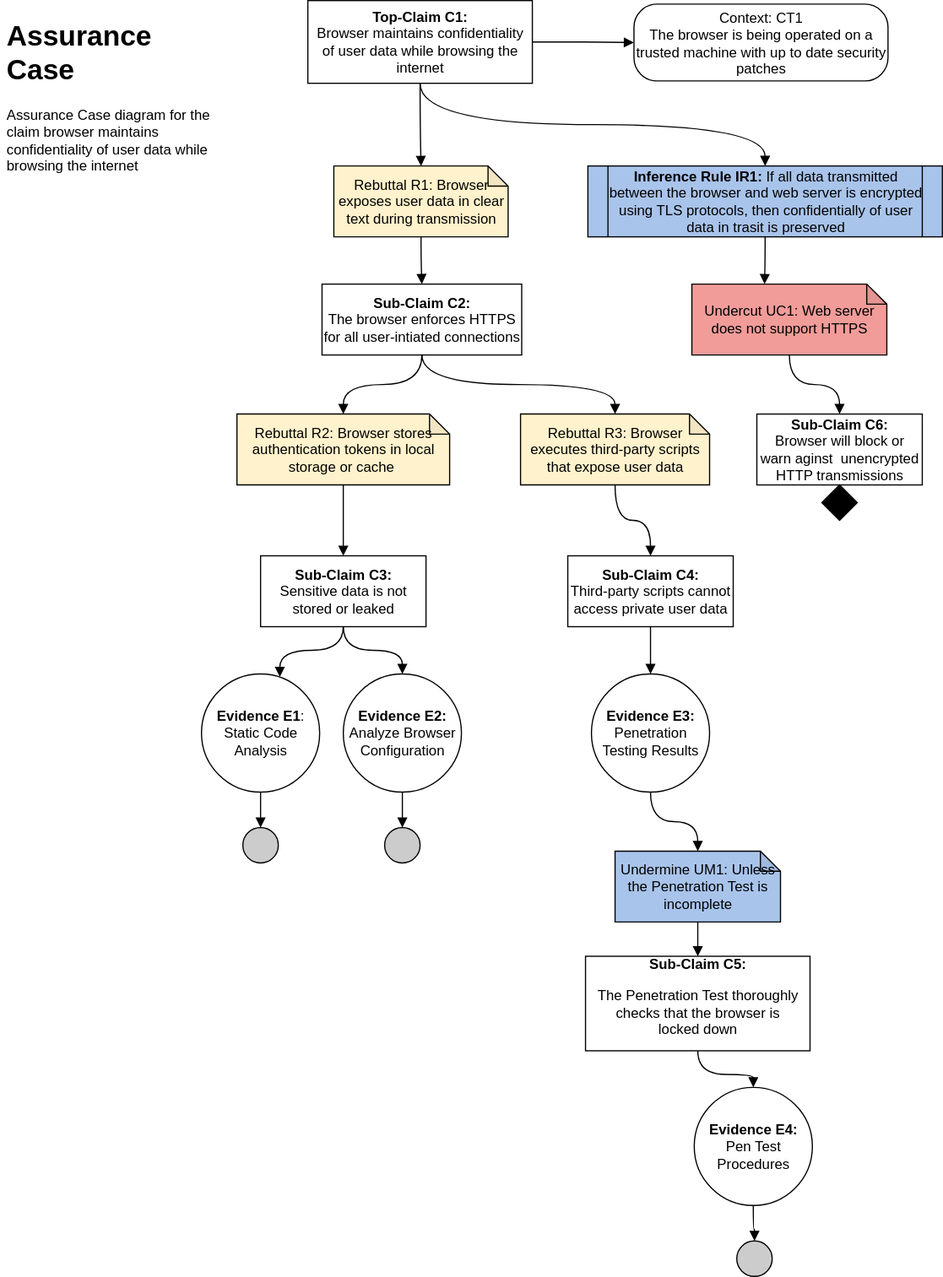
Above: docs/Navigate_URL_Assurance_Case.svg in chauler/CYBR8420-Team5-Project (draw.io), before the change. Source tidied: cells renumbered, new cells last; positions are measured from the earlier drawing's top-left corner, leaving out a move shared by most shapes.
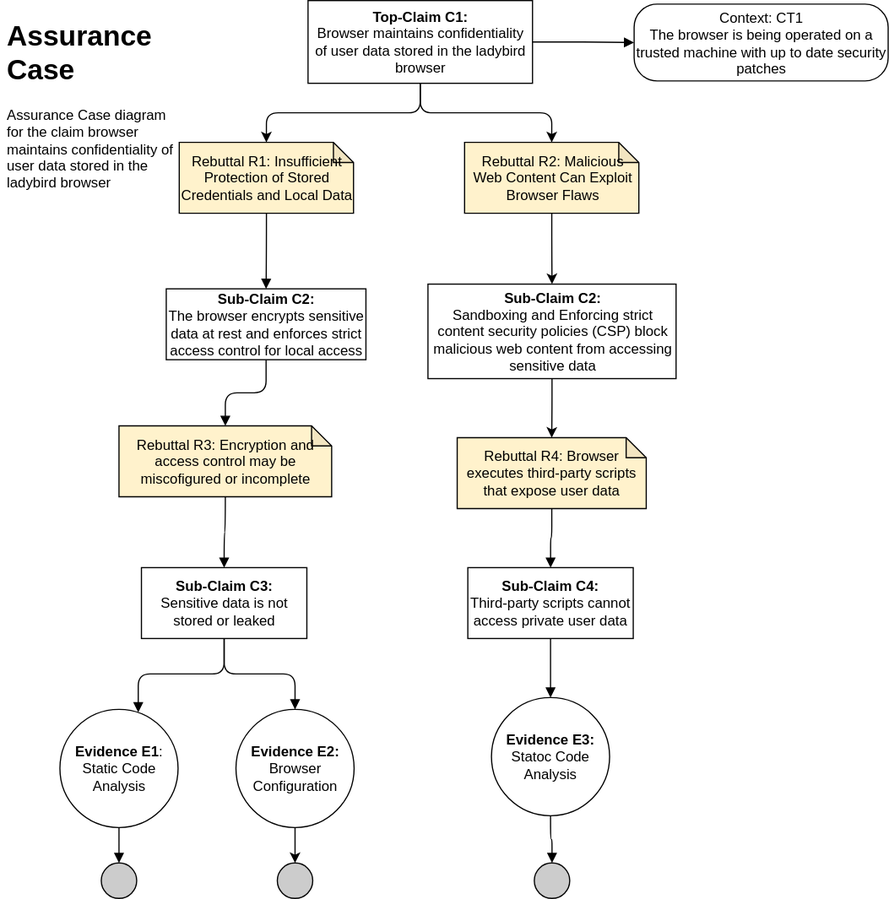
The same file after the commit.

Commit message:
updates to Navigate assurance case

Diff of the diagram source:
```diff
@@ -2,19 +2,13 @@
   <root>
     <mxCell id="0" />
     <mxCell id="1" parent="0" />
-    <mxCell id="2" value="&lt;h1&gt;Assurance Case&lt;/h1&gt;&lt;p&gt;Assurance Case diagram for the claim browser maintains confidentiality of user data while browsing the internet&lt;/p&gt;" style="text;html=1;strokeColor=none;fillColor=none;spacing=5;spacingTop=-20;whiteSpace=wrap;overflow=hidden;rounded=0;" parent="1" vertex="1">
-      <mxGeometry y="10" width="190" height="150" as="geometry" />
+    <mxCell id="2" value="&lt;h1&gt;Assurance Case&lt;/h1&gt;&lt;p&gt;Assurance Case diagram for the claim browser maintains confidentiality of user data stored in the ladybird browser&lt;/p&gt;" style="text;html=1;strokeColor=none;fillColor=none;spacing=5;spacingTop=-20;whiteSpace=wrap;overflow=hidden;rounded=0;" parent="1" vertex="1">
+      <mxGeometry y="10" width="160" height="230" as="geometry" />
     </mxCell>
     <mxCell id="3" style="edgeStyle=orthogonalEdgeStyle;rounded=0;jettySize=auto;html=1;exitX=1;exitY=0.5;exitDx=0;exitDy=0;entryX=0;entryY=0.5;entryDx=0;entryDy=0;endArrow=block;endFill=1;" parent="1" edge="1" source="6" target="7">
       <mxGeometry relative="1" as="geometry" />
     </mxCell>
-    <mxCell id="4" style="edgeStyle=orthogonalEdgeStyle;rounded=0;jettySize=auto;html=1;endArrow=block;endFill=1;curved=1;" parent="1" edge="1" source="6" target="9">
-      <mxGeometry relative="1" as="geometry" />
-    </mxCell>
-    <mxCell id="5" style="edgeStyle=orthogonalEdgeStyle;curved=1;rounded=0;jettySize=auto;html=1;exitX=0.5;exitY=1;exitDx=0;exitDy=0;endArrow=block;endFill=1;" parent="1" edge="1" source="6" target="38">
-      <mxGeometry relative="1" as="geometry" />
-    </mxCell>
-    <mxCell id="6" value="&lt;b&gt;Top-Claim C1:&lt;br&gt;&lt;/b&gt;Browser maintains confidentiality of user data while browsing the internet" style="rounded=0;whiteSpace=wrap;html=1;" parent="1" vertex="1">
+    <mxCell id="6" value="&lt;b&gt;Top-Claim C1:&lt;br&gt;&lt;/b&gt;&lt;span&gt;Browser maintains confidentiality of user data stored in the ladybird browser&lt;/span&gt;" style="rounded=0;whiteSpace=wrap;html=1;" parent="1" vertex="1">
       <mxGeometry x="260" width="190" height="70" as="geometry" />
     </mxCell>
     <mxCell id="7" value="Context: CT1&lt;br&gt;The browser is being operated on a trusted machine with up to date security patches" style="rounded=1;whiteSpace=wrap;html=1;arcSize=30;" parent="1" vertex="1">
@@ -23,107 +17,86 @@
     <mxCell id="8" style="edgeStyle=orthogonalEdgeStyle;curved=1;rounded=0;jettySize=auto;html=1;endArrow=block;endFill=1;" parent="1" edge="1" source="9" target="12">
       <mxGeometry relative="1" as="geometry" />
     </mxCell>
-    <mxCell id="9" value="Rebuttal R1: Browser exposes user data in clear text during transmission" style="shape=note;whiteSpace=wrap;html=1;backgroundOutline=1;darkOpacity=0.05;size=17;fillColor=#FFF2CC;" parent="1" vertex="1">
-      <mxGeometry x="282" y="140" width="147.5" height="60" as="geometry" />
+    <mxCell id="9" value="Rebuttal R1: Insufficient Protection of Stored Credentials and Local Data" style="shape=note;whiteSpace=wrap;html=1;backgroundOutline=1;darkOpacity=0.05;size=17;fillColor=#FFF2CC;" parent="1" vertex="1">
+      <mxGeometry x="151" y="120" width="147.5" height="60" as="geometry" />
     </mxCell>
-    <mxCell id="10" style="edgeStyle=orthogonalEdgeStyle;curved=1;rounded=0;jettySize=auto;html=1;exitX=0.5;exitY=1;exitDx=0;exitDy=0;entryX=0.5;entryY=0;entryDx=0;entryDy=0;entryPerimeter=0;endArrow=block;endFill=1;" parent="1" edge="1" source="12" target="14">
+    <mxCell id="10" style="edgeStyle=orthogonalEdgeStyle;curved=0;rounded=1;jettySize=auto;html=1;exitX=0.5;exitY=1;exitDx=0;exitDy=0;entryX=0.5;entryY=0;entryDx=0;entryDy=0;entryPerimeter=0;endArrow=block;endFill=1;" parent="1" edge="1" source="12" target="14">
       <mxGeometry relative="1" as="geometry" />
     </mxCell>
-    <mxCell id="11" style="edgeStyle=orthogonalEdgeStyle;curved=1;rounded=0;jettySize=auto;html=1;exitX=0.5;exitY=1;exitDx=0;exitDy=0;entryX=0.5;entryY=0;entryDx=0;entryDy=0;entryPerimeter=0;endArrow=block;endFill=1;" parent="1" edge="1" source="12" target="16">
-      <mxGeometry relative="1" as="geometry" />
-    </mxCell>
-    <mxCell id="12" value="&lt;b&gt;Sub-Claim C2:&lt;br&gt;&lt;/b&gt;The browser enforces HTTPS for all user-intiated connections" style="rounded=0;whiteSpace=wrap;html=1;" parent="1" vertex="1">
-      <mxGeometry x="272" y="240" width="169" height="60" as="geometry" />
+    <mxCell id="12" value="&lt;b&gt;Sub-Claim C2:&lt;br&gt;&lt;/b&gt;The browser encrypts sensitive data at rest and enforces strict access control for local access" style="rounded=0;whiteSpace=wrap;html=1;" parent="1" vertex="1">
+      <mxGeometry x="140" y="244" width="169" height="60" as="geometry" />
     </mxCell>
     <mxCell id="13" style="edgeStyle=orthogonalEdgeStyle;curved=1;rounded=0;jettySize=auto;html=1;exitX=0.5;exitY=1;exitDx=0;exitDy=0;exitPerimeter=0;entryX=0.5;entryY=0;entryDx=0;entryDy=0;endArrow=block;endFill=1;" parent="1" edge="1" source="14" target="19">
       <mxGeometry relative="1" as="geometry" />
     </mxCell>
-    <mxCell id="14" value="Rebuttal R2: Browser stores authentication tokens in local storage or cache&amp;nbsp;" style="shape=note;whiteSpace=wrap;html=1;backgroundOutline=1;darkOpacity=0.05;size=17;fillColor=#FFF2CC;" parent="1" vertex="1">
-      <mxGeometry x="200" y="350" width="180" height="60" as="geometry" />
+    <mxCell id="14" value="Rebuttal R3: Encryption and access control may be miscofigured or incomplete" style="shape=note;whiteSpace=wrap;html=1;backgroundOutline=1;darkOpacity=0.05;size=17;fillColor=#FFF2CC;" parent="1" vertex="1">
+      <mxGeometry x="100" y="360" width="180" height="60" as="geometry" />
     </mxCell>
-    <mxCell id="15" style="edgeStyle=orthogonalEdgeStyle;curved=1;rounded=0;jettySize=auto;html=1;endArrow=block;endFill=1;" parent="1" edge="1" source="16" target="21">
+    <mxCell id="15" style="edgeStyle=orthogonalEdgeStyle;curved=0;rounded=1;jettySize=auto;html=1;endArrow=block;endFill=1;" parent="1" edge="1" source="16" target="21">
       <mxGeometry relative="1" as="geometry" />
     </mxCell>
-    <mxCell id="16" value="Rebuttal R3: Browser executes third-party scripts that expose user data" style="shape=note;whiteSpace=wrap;html=1;backgroundOutline=1;darkOpacity=0.05;size=17;fillColor=#FFF2CC;" parent="1" vertex="1">
-      <mxGeometry x="440" y="350" width="160" height="60" as="geometry" />
+    <mxCell id="16" value="Rebuttal R4: Browser executes third-party scripts that expose user data" style="shape=note;whiteSpace=wrap;html=1;backgroundOutline=1;darkOpacity=0.05;size=17;fillColor=#FFF2CC;" parent="1" vertex="1">
+      <mxGeometry x="386.2" y="370" width="160" height="60" as="geometry" />
     </mxCell>
-    <mxCell id="17" style="edgeStyle=orthogonalEdgeStyle;curved=1;rounded=0;jettySize=auto;html=1;exitX=0.5;exitY=1;exitDx=0;exitDy=0;entryX=0.663;entryY=0.025;entryDx=0;entryDy=0;entryPerimeter=0;endArrow=block;endFill=1;" parent="1" edge="1" source="19" target="23">
+    <mxCell id="17" style="edgeStyle=orthogonalEdgeStyle;curved=0;rounded=1;jettySize=auto;html=1;exitX=0.5;exitY=1;exitDx=0;exitDy=0;entryX=0.663;entryY=0.025;entryDx=0;entryDy=0;entryPerimeter=0;endArrow=block;endFill=1;" parent="1" edge="1" source="19" target="23">
       <mxGeometry relative="1" as="geometry" />
     </mxCell>
-    <mxCell id="18" style="edgeStyle=orthogonalEdgeStyle;curved=1;rounded=0;jettySize=auto;html=1;entryX=0.5;entryY=0;entryDx=0;entryDy=0;endArrow=block;endFill=1;" parent="1" edge="1" source="19" target="25">
+    <mxCell id="18" style="edgeStyle=orthogonalEdgeStyle;curved=0;rounded=1;jettySize=auto;html=1;entryX=0.5;entryY=0;entryDx=0;entryDy=0;endArrow=block;endFill=1;" parent="1" edge="1" source="19" target="25">
       <mxGeometry relative="1" as="geometry" />
     </mxCell>
     <mxCell id="19" value="&lt;b&gt;Sub-Claim C3:&lt;br&gt;&lt;/b&gt;Sensitive data is not stored or leaked" style="rounded=0;whiteSpace=wrap;html=1;" parent="1" vertex="1">
-      <mxGeometry x="220" y="470" width="140" height="60" as="geometry" />
+      <mxGeometry x="119" y="480" width="140" height="60" as="geometry" />
     </mxCell>
-    <mxCell id="20" style="edgeStyle=orthogonalEdgeStyle;curved=1;rounded=0;jettySize=auto;html=1;entryX=0.5;entryY=0;entryDx=0;entryDy=0;endArrow=block;endFill=1;" parent="1" edge="1" source="21" target="29">
+    <mxCell id="20" style="edgeStyle=orthogonalEdgeStyle;curved=0;rounded=1;jettySize=auto;html=1;entryX=0.5;entryY=0;entryDx=0;entryDy=0;endArrow=block;endFill=1;" parent="1" edge="1" source="21" target="29">
       <mxGeometry relative="1" as="geometry" />
     </mxCell>
     <mxCell id="21" value="&lt;b&gt;Sub-Claim C4:&lt;br&gt;&lt;/b&gt;Third-party scripts cannot access private user data" style="rounded=0;whiteSpace=wrap;html=1;" parent="1" vertex="1">
-      <mxGeometry x="480" y="470" width="140" height="60" as="geometry" />
+      <mxGeometry x="395.2" y="480" width="140" height="60" as="geometry" />
     </mxCell>
     <mxCell id="22" style="edgeStyle=orthogonalEdgeStyle;curved=1;rounded=0;jettySize=auto;html=1;entryX=0.5;entryY=0;entryDx=0;entryDy=0;endArrow=block;endFill=1;" parent="1" edge="1" source="23" target="26">
       <mxGeometry relative="1" as="geometry" />
     </mxCell>
     <mxCell id="23" value="&lt;b&gt;Evidence E1&lt;/b&gt;:&lt;br&gt;Static Code Analysis" style="ellipse;whiteSpace=wrap;html=1;fillColor=#ffffff;rounded=0;" parent="1" vertex="1">
-      <mxGeometry x="170" y="570" width="100" height="100" as="geometry" />
+      <mxGeometry x="50" y="600" width="100" height="100" as="geometry" />
     </mxCell>
-    <mxCell id="24" style="edgeStyle=orthogonalEdgeStyle;curved=1;rounded=0;jettySize=auto;html=1;entryX=0.5;entryY=0;entryDx=0;entryDy=0;endArrow=block;endFill=1;" parent="1" edge="1" source="25" target="27">
+    <mxCell id="24" style="edgeStyle=orthogonalEdgeStyle;rounded=1;jettySize=auto;html=1;entryX=0.5;entryY=0;entryDx=0;entryDy=0;curved=0;" parent="1" edge="1" source="25" target="27">
       <mxGeometry relative="1" as="geometry" />
     </mxCell>
-    <mxCell id="25" value="&lt;b&gt;Evidence E2:&lt;/b&gt;&lt;br&gt;Analyze Browser Configuration" style="ellipse;whiteSpace=wrap;html=1;fillColor=#ffffff;rounded=0;" parent="1" vertex="1">
-      <mxGeometry x="290" y="570" width="100" height="100" as="geometry" />
+    <mxCell id="25" value="&lt;b&gt;Evidence E2:&lt;/b&gt;&lt;div&gt;Browser Configuration&lt;/div&gt;" style="ellipse;whiteSpace=wrap;html=1;fillColor=#ffffff;rounded=0;" parent="1" vertex="1">
+      <mxGeometry x="199" y="600" width="100" height="100" as="geometry" />
     </mxCell>
     <mxCell id="26" style="ellipse;whiteSpace=wrap;html=1;fillColor=#CCCCCC;" parent="1" vertex="1">
-      <mxGeometry x="205" y="700" width="30" height="30" as="geometry" />
+      <mxGeometry x="85" y="730" width="30" height="30" as="geometry" />
     </mxCell>
     <mxCell id="27" style="ellipse;whiteSpace=wrap;html=1;fillColor=#CCCCCC;" parent="1" vertex="1">
-      <mxGeometry x="325" y="700" width="30" height="30" as="geometry" />
+      <mxGeometry x="234" y="730" width="30" height="30" as="geometry" />
     </mxCell>
-    <mxCell id="28" style="edgeStyle=orthogonalEdgeStyle;curved=1;rounded=0;jettySize=auto;html=1;entryX=0.5;entryY=0;entryDx=0;entryDy=0;entryPerimeter=0;endArrow=block;endFill=1;" parent="1" edge="1" source="29" target="31">
+    <mxCell id="28" style="edgeStyle=orthogonalEdgeStyle;curved=0;rounded=1;jettySize=auto;html=1;entryX=0.5;entryY=0;entryDx=0;entryDy=0;endArrow=block;endFill=1;" parent="1" edge="1" source="29" target="36">
       <mxGeometry relative="1" as="geometry" />
     </mxCell>
-    <mxCell id="29" value="&lt;b&gt;Evidence E3:&lt;/b&gt;&lt;br&gt;Penetration Testing Results" style="ellipse;whiteSpace=wrap;html=1;fillColor=#ffffff;rounded=0;" parent="1" vertex="1">
-      <mxGeometry x="500" y="570" width="100" height="100" as="geometry" />
+    <mxCell id="29" value="&lt;b&gt;Evidence E3:&lt;/b&gt;&lt;br&gt;Statoc Code Analysis" style="ellipse;whiteSpace=wrap;html=1;fillColor=#ffffff;rounded=0;" parent="1" vertex="1">
+      <mxGeometry x="415.2" y="590" width="100" height="100" as="geometry" />
     </mxCell>
-    <mxCell id="30" style="edgeStyle=orthogonalEdgeStyle;curved=1;rounded=0;jettySize=auto;html=1;endArrow=block;endFill=1;" parent="1" edge="1" source="31" target="33">
-      <mxGeometry relative="1" as="geometry" />
-    </mxCell>
-    <mxCell id="31" value="Undermine UM1: Unless the Penetration Test is incomplete" style="shape=note;whiteSpace=wrap;html=1;backgroundOutline=1;darkOpacity=0.05;size=17;fillColor=#A9C4EB;" parent="1" vertex="1">
-      <mxGeometry x="520" y="720" width="140" height="60" as="geometry" />
-    </mxCell>
-    <mxCell id="32" style="edgeStyle=orthogonalEdgeStyle;curved=1;rounded=0;jettySize=auto;html=1;endArrow=block;endFill=1;" parent="1" edge="1" source="33" target="35">
-      <mxGeometry relative="1" as="geometry" />
-    </mxCell>
-    <mxCell id="33" value="&lt;b&gt;Sub-Claim C5:&lt;br&gt;&lt;/b&gt;&lt;p class=&quot;MsoNormal&quot;&gt;The Penetration Test thoroughly checks that the browser is&lt;br/&gt;locked down&lt;/p&gt;" style="rounded=0;whiteSpace=wrap;html=1;" parent="1" vertex="1">
-      <mxGeometry x="495" y="809" width="190" height="80" as="geometry" />
-    </mxCell>
-    <mxCell id="34" style="edgeStyle=orthogonalEdgeStyle;curved=1;rounded=0;jettySize=auto;html=1;entryX=0.5;entryY=0;entryDx=0;entryDy=0;endArrow=block;endFill=1;" parent="1" edge="1" source="35" target="36">
-      <mxGeometry relative="1" as="geometry" />
-    </mxCell>
-    <mxCell id="35" value="&lt;b&gt;Evidence E4:&lt;/b&gt;&lt;br&gt;Pen Test Procedures" style="ellipse;whiteSpace=wrap;html=1;fillColor=#ffffff;rounded=0;" parent="1" vertex="1">
-      <mxGeometry x="587" y="920" width="100" height="100" as="geometry" />
-    </mxCell>
     <mxCell id="36" style="ellipse;whiteSpace=wrap;html=1;fillColor=#CCCCCC;" parent="1" vertex="1">
-      <mxGeometry x="623" y="1050" width="30" height="30" as="geometry" />
+      <mxGeometry x="451.5" y="730" width="30" height="30" as="geometry" />
     </mxCell>
-    <mxCell id="37" style="edgeStyle=orthogonalEdgeStyle;curved=1;rounded=0;jettySize=auto;html=1;entryX=0;entryY=0;entryDx=61.5;entryDy=0;entryPerimeter=0;endArrow=block;endFill=1;" parent="1" edge="1" source="38" target="40">
-      <mxGeometry relative="1" as="geometry" />
-    </mxCell>
-    <mxCell id="38" value="&lt;b&gt;Inference Rule IR1: &lt;/b&gt;If all data transmitted between the browser and web server is encrypted using TLS protocols, then confidentially of user data in trasit is preserved" style="shape=process;whiteSpace=wrap;html=1;backgroundOutline=1;fillColor=#A9C4EB;size=0.05555555555555555;" parent="1" vertex="1">
-      <mxGeometry x="497" y="140" width="300" height="60" as="geometry" />
-    </mxCell>
-    <mxCell id="39" style="edgeStyle=orthogonalEdgeStyle;curved=1;rounded=0;jettySize=auto;html=1;endArrow=block;endFill=1;" parent="1" edge="1" source="40" target="41">
-      <mxGeometry relative="1" as="geometry" />
-    </mxCell>
-    <mxCell id="40" value="Undercut UC1: Web server does not support HTTPS" style="shape=note;whiteSpace=wrap;html=1;backgroundOutline=1;darkOpacity=0.05;size=17;fillColor=#F19C99;" parent="1" vertex="1">
-      <mxGeometry x="585" y="240" width="165" height="60" as="geometry" />
-    </mxCell>
-    <mxCell id="41" value="&lt;b&gt;Sub-Claim C6:&lt;br&gt;&lt;/b&gt;Browser will block or warn aginst&amp;nbsp; unencrypted HTTP transmissions" style="rounded=0;whiteSpace=wrap;html=1;" parent="1" vertex="1">
-      <mxGeometry x="640" y="350" width="140" height="60" as="geometry" />
-    </mxCell>
-    <mxCell id="42" style="rhombus;whiteSpace=wrap;html=1;fillColor=#000000;" parent="1" vertex="1">
-      <mxGeometry x="695" y="410" width="30" height="30" as="geometry" />
-    </mxCell>
+    <mxCell id="43" style="edgeStyle=orthogonalEdgeStyle;rounded=1;jettySize=auto;html=1;curved=0;" parent="1" edge="1" source="44" target="46">
+      <mxGeometry relative="1" as="geometry" />
+    </mxCell>
+    <mxCell id="44" value="Rebuttal R2: Malicious Web Content Can Exploit Browser Flaws" style="shape=note;whiteSpace=wrap;html=1;backgroundOutline=1;darkOpacity=0.05;size=17;fillColor=#FFF2CC;" parent="1" vertex="1">
+      <mxGeometry x="392.5" y="120" width="147.5" height="60" as="geometry" />
+    </mxCell>
+    <mxCell id="45" style="edgeStyle=orthogonalEdgeStyle;rounded=1;jettySize=auto;html=1;entryX=0.5;entryY=0;entryDx=0;entryDy=0;entryPerimeter=0;curved=0;" parent="1" edge="1" source="6" target="44">
+      <mxGeometry relative="1" as="geometry" />
+    </mxCell>
+    <mxCell id="46" value="&lt;b&gt;Sub-Claim C2:&lt;br&gt;&lt;/b&gt;Sandboxing and Enforcing strict content security policies (CSP) block malicious web content from accessing sensitive data" style="rounded=0;whiteSpace=wrap;html=1;strokeColor=default;" parent="1" vertex="1">
+      <mxGeometry x="361.5" y="240" width="210" height="80" as="geometry" />
+    </mxCell>
+    <mxCell id="47" style="edgeStyle=orthogonalEdgeStyle;rounded=1;jettySize=auto;html=1;entryX=0.5;entryY=0;entryDx=0;entryDy=0;entryPerimeter=0;curved=0;" parent="1" edge="1" source="46" target="16">
+      <mxGeometry relative="1" as="geometry" />
+    </mxCell>
+    <mxCell id="4" style="edgeStyle=orthogonalEdgeStyle;rounded=1;jettySize=auto;html=1;entryX=0.5;entryY=0;entryDx=0;entryDy=0;entryPerimeter=0;curved=0;" parent="1" edge="1" source="6" target="9">
+      <mxGeometry relative="1" as="geometry" />
+    </mxCell>
   </root>
 </mxGraphModel>
```
